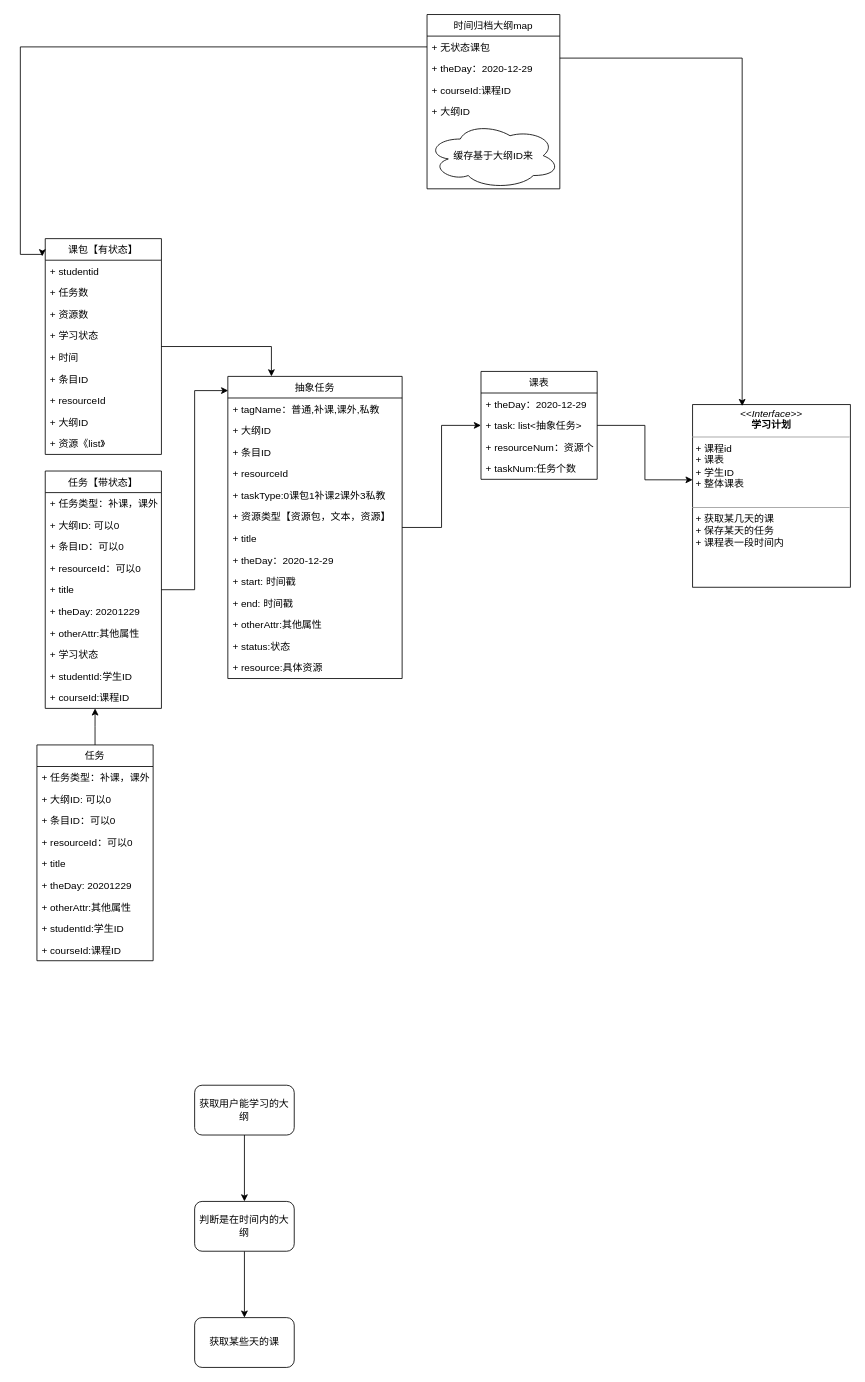
lxp521125/pic keeps this draw.io diagram as 学习计划 .drawio. Above is the earlier version. Source tidied: cells renumbered, new cells numbered last; positions are measured from the earlier drawing's top-left corner, leaving out a move shared by most shapes. Both pictures are drawn from the tidied source at 83%, with x=0, y=0 at pixel (20, 14).
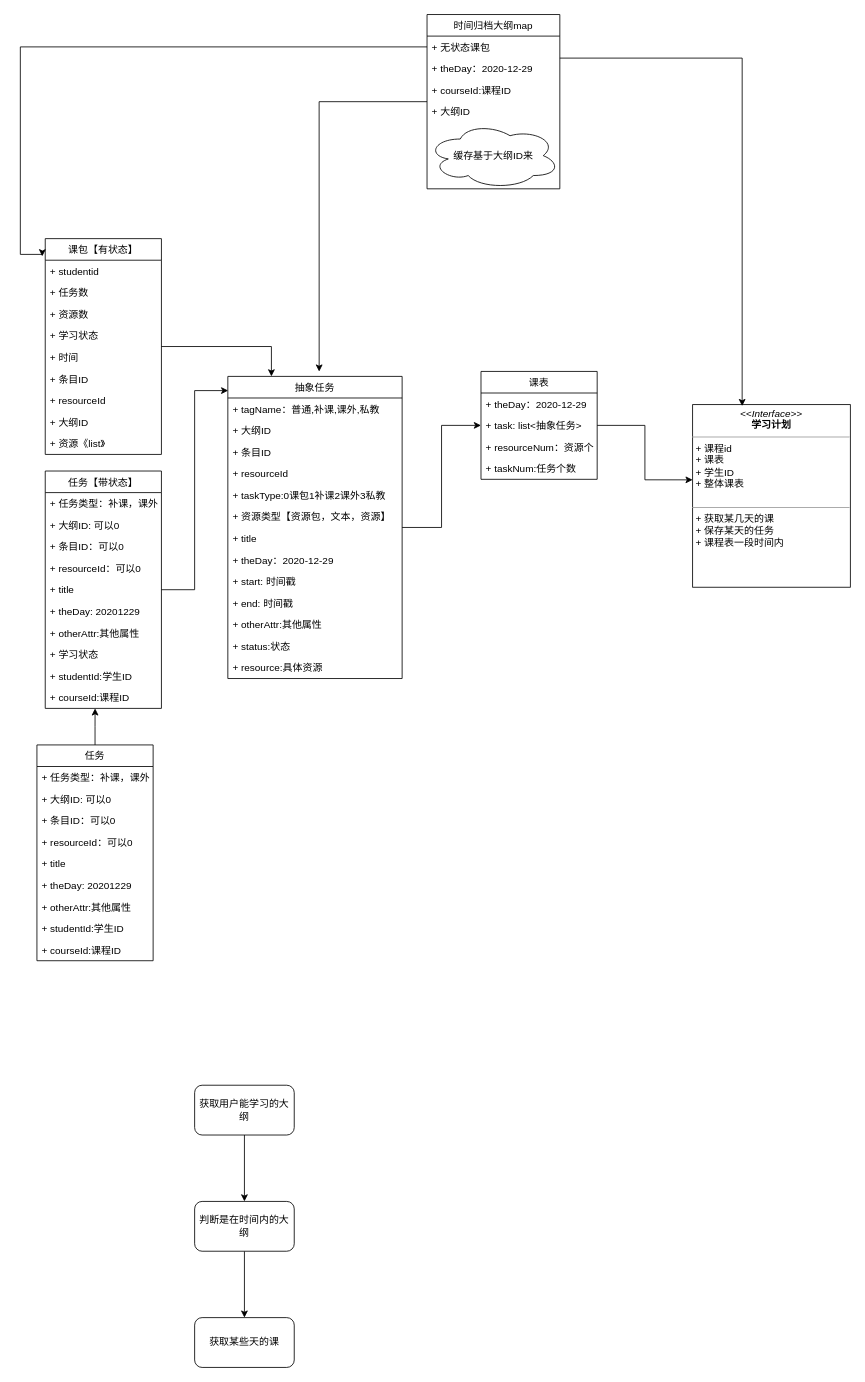
Above is the later version.

The change refers to these unchanged cells:
```xml
<mxCell id="32" value="时间归档大纲map" style="swimlane;fontStyle=0;horizontal=1;startSize=26;fillColor=none;" parent="1" vertex="1">
  <mxGeometry x="490" width="160" height="210" as="geometry" />
</mxCell>
<mxCell id="39" value="抽象任务" style="swimlane;fontStyle=0;horizontal=1;startSize=26;fillColor=none;" parent="1" vertex="1">
  <mxGeometry x="250" y="436" width="210" height="364" as="geometry" />
</mxCell>
```

What changed in the source:
```diff
@@
+    <mxCell id="71" style="edgeStyle=orthogonalEdgeStyle;rounded=0;jettySize=auto;html=1;entryX=0.524;entryY=-0.016;entryDx=0;entryDy=0;entryPerimeter=0;" parent="1" edge="1" source="32" target="39">
+      <mxGeometry relative="1" as="geometry" />
+    </mxCell>
```
